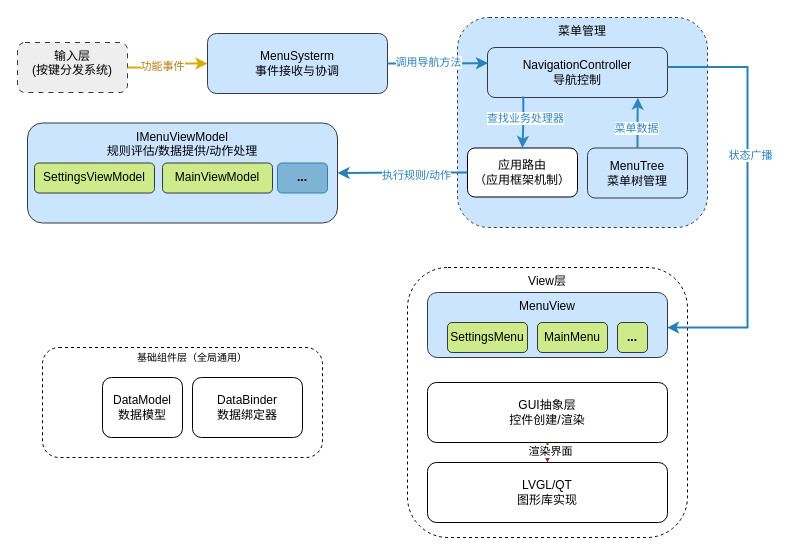
Earlier version of the draw.io diagram page "菜单分层图" (12 of 16) of PDR.drawio (liyunhao2/technology). Source tidied: cells renumbered, new cells numbered last; positions are measured from the earlier drawing's top-left corner, leaving out a move shared by most shapes. Both pictures are drawn from the tidied source at 100%, with x=0, y=0 at pixel (17, 17).
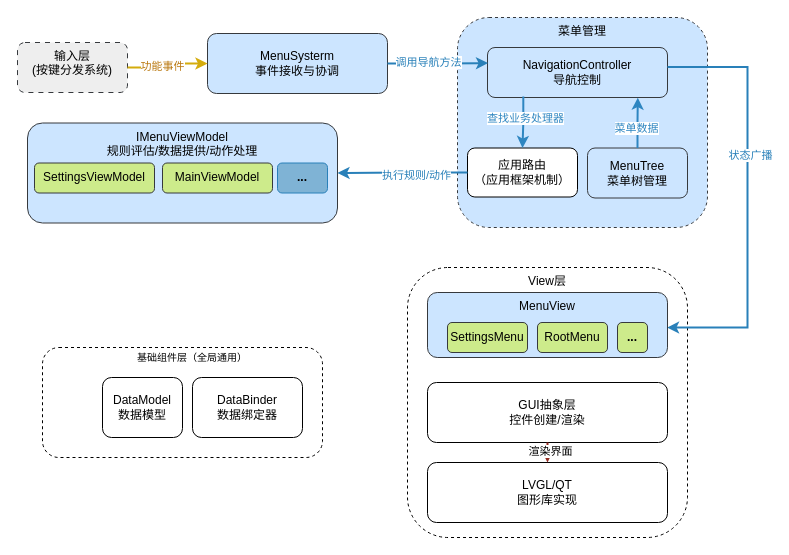
The same page after the edit.

The edit, as a diff of the source:
```diff
@@
-    <mxCell id="33" value="MainMenu" style="rounded=1;whiteSpace=wrap;html=1;fillColor=#cdeb8b;strokeColor=#36393d;fontSize=12;fontStyle=0;verticalAlign=middle;" parent="1" vertex="1">
+    <mxCell id="33" value="RootMenu" style="rounded=1;whiteSpace=wrap;html=1;fillColor=#cdeb8b;strokeColor=#36393d;fontSize=12;fontStyle=0;verticalAlign=middle;" parent="1" vertex="1">
       <mxGeometry x="520" y="305" width="70" height="30" as="geometry" />
     </mxCell>
```
